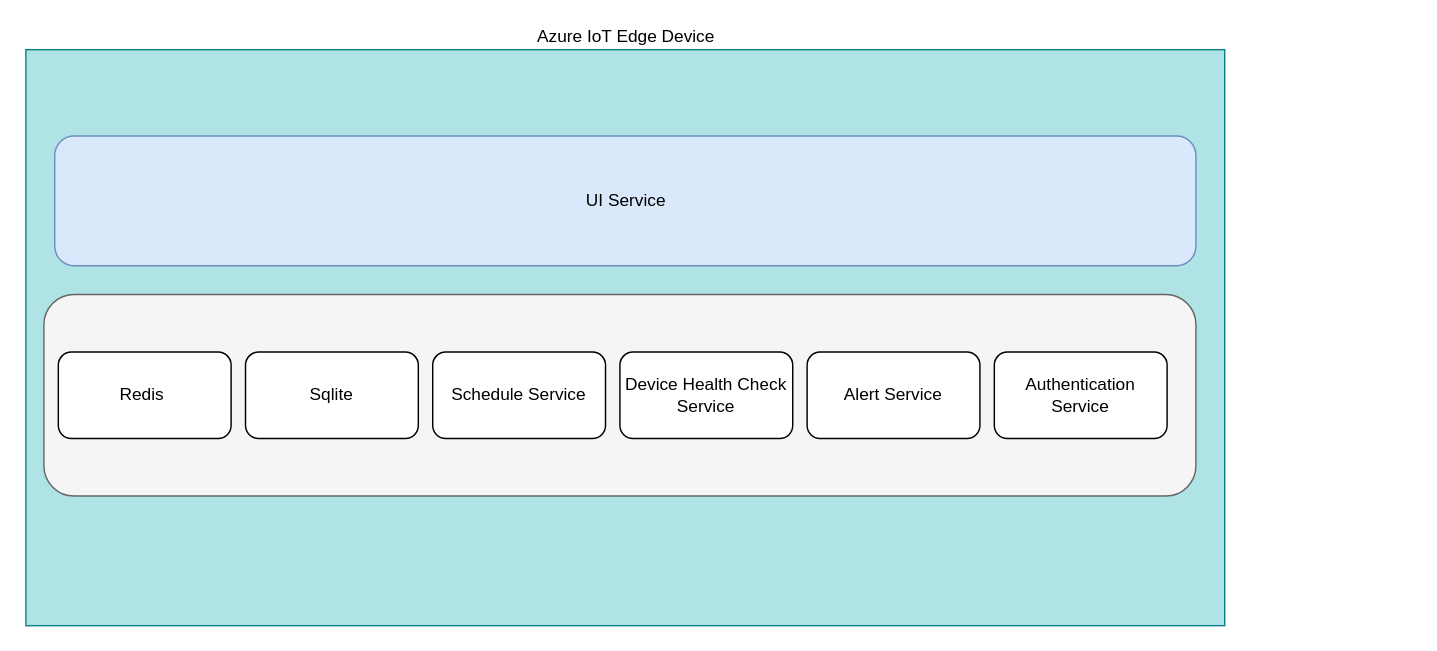
This is diagrams/Device Software Module Architecture.drawio from Alton1998/ausa.github.io, a draw.io file, before an edit. Source tidied: cells renumbered, new cells numbered last; positions are measured from the earlier drawing's top-left corner, leaving out a move shared by most shapes. Both pictures are drawn from the tidied source at 144%, with x=0, y=0 at pixel (26, 49).
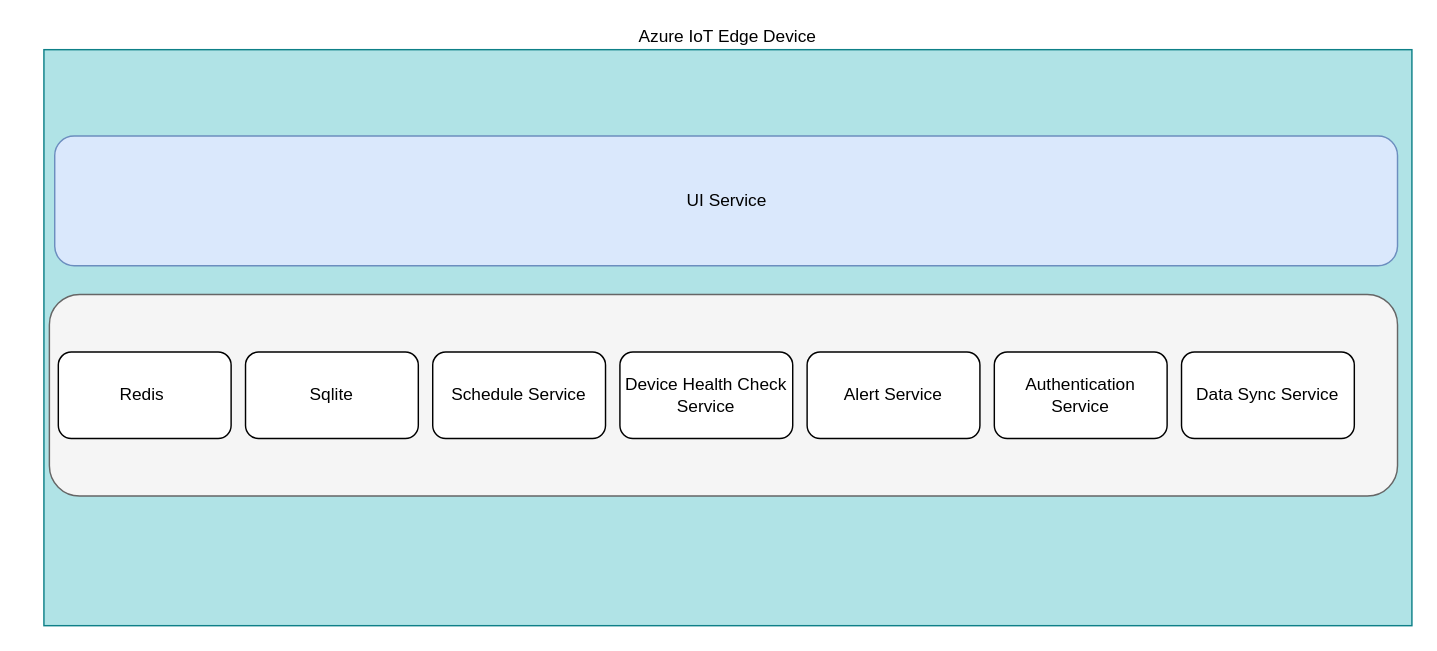
After the change.

Diff of the diagram source:
```diff
@@
 <mxGraphModel>
   <root>
     <mxCell id="0" />
     <mxCell id="1" parent="0" />
     <mxCell id="2" value="Azure IoT Edge Device" style="rounded=0;whiteSpace=wrap;html=1;labelPosition=center;verticalLabelPosition=top;align=center;verticalAlign=bottom;fillColor=#b0e3e6;strokeColor=#0e8088;" parent="1" vertex="1">
-      <mxGeometry x="-0.5" width="832.5" height="400" as="geometry" />
+      <mxGeometry x="12" width="950" height="400" as="geometry" />
     </mxCell>
     <mxCell id="3" style="rounded=1;whiteSpace=wrap;html=1;fillColor=#f5f5f5;fontColor=#333333;strokeColor=#666666;" parent="1" vertex="1">
-      <mxGeometry x="12" y="170" width="800" height="140" as="geometry" />
+      <mxGeometry x="15.8" y="170" width="936.2" height="140" as="geometry" />
     </mxCell>
     <mxCell id="4" value="UI Service" style="rounded=1;whiteSpace=wrap;html=1;fillColor=#dae8fc;strokeColor=#6c8ebf;" parent="1" vertex="1">
-      <mxGeometry x="19.5" y="60" width="792.5" height="90" as="geometry" />
+      <mxGeometry x="19.5" y="60" width="932.5" height="90" as="geometry" />
     </mxCell>
     <mxCell id="5" value="Redis&amp;nbsp;" style="rounded=1;whiteSpace=wrap;html=1;" parent="1" vertex="1">
       <mxGeometry x="22" y="210" width="120" height="60" as="geometry" />
     </mxCell>
     <mxCell id="6" value="Sqlite" style="rounded=1;whiteSpace=wrap;html=1;" parent="1" vertex="1">
       <mxGeometry x="152" y="210" width="120" height="60" as="geometry" />
     </mxCell>
     <mxCell id="7" value="Schedule Service" style="rounded=1;whiteSpace=wrap;html=1;" parent="1" vertex="1">
       <mxGeometry x="282" y="210" width="120" height="60" as="geometry" />
     </mxCell>
     <mxCell id="8" value="Device Health Check Service" style="rounded=1;whiteSpace=wrap;html=1;" parent="1" vertex="1">
       <mxGeometry x="412" y="210" width="120" height="60" as="geometry" />
     </mxCell>
     <mxCell id="9" value="Alert Service" style="rounded=1;whiteSpace=wrap;html=1;" parent="1" vertex="1">
       <mxGeometry x="542" y="210" width="120" height="60" as="geometry" />
     </mxCell>
     <mxCell id="10" value="Authentication&lt;div&gt;Service&lt;/div&gt;" style="rounded=1;whiteSpace=wrap;html=1;" parent="1" vertex="1">
       <mxGeometry x="672" y="210" width="120" height="60" as="geometry" />
     </mxCell>
+    <mxCell id="11" value="Data Sync Service" style="rounded=1;whiteSpace=wrap;html=1;" parent="1" vertex="1">
+      <mxGeometry x="802" y="210" width="120" height="60" as="geometry" />
+    </mxCell>
   </root>
 </mxGraphModel>
```
